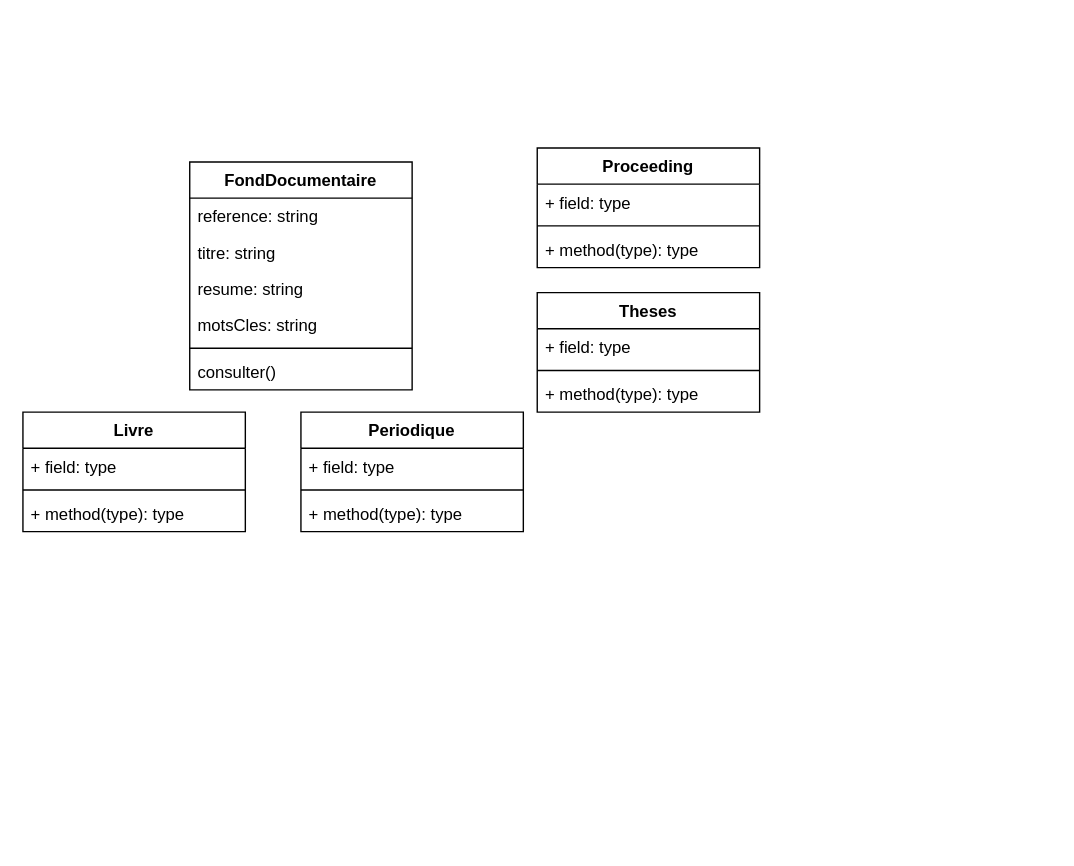
This is class-diagram-2.drawio from clairenollet/uml-and-rup, a draw.io file, before an edit. Source tidied: cells renumbered, new cells numbered last; positions are measured from the earlier drawing's top-left corner, leaving out a move shared by most shapes. Both pictures are drawn from the tidied source at 139%, with x=0, y=0 at pixel (22, 147).
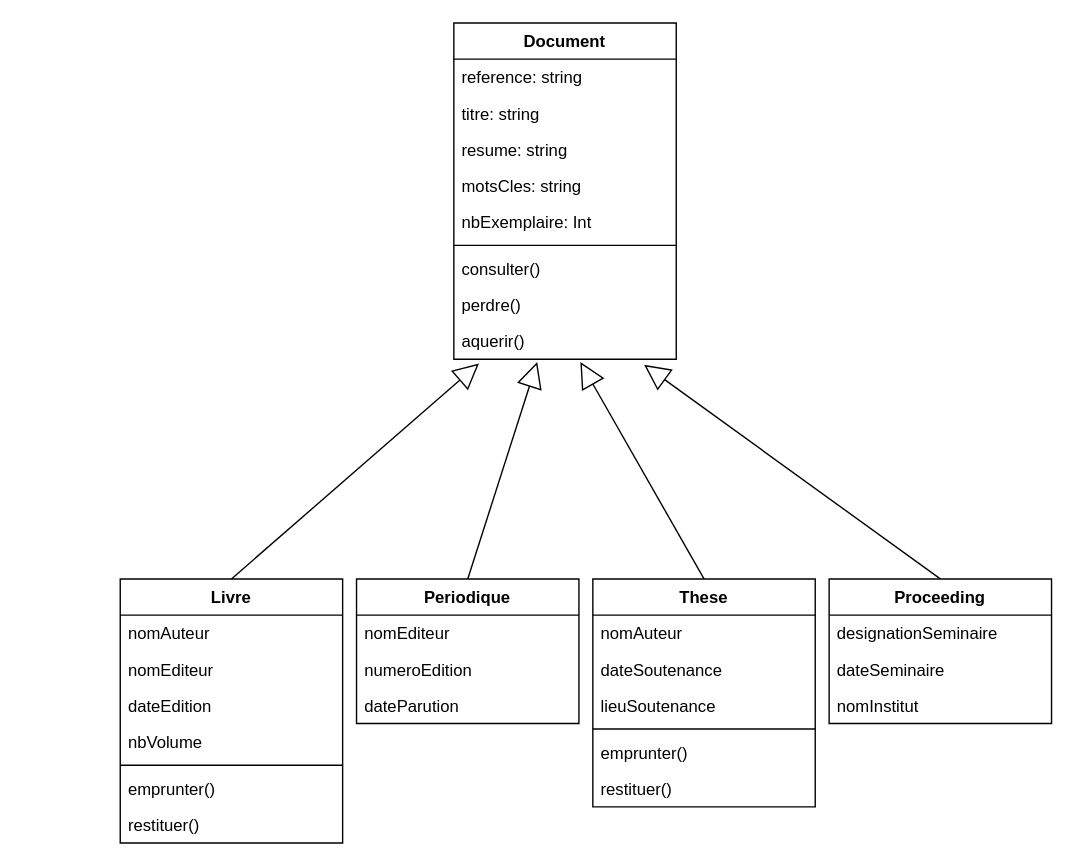
After the change.

What changed in the source:
```diff
@@
-    <mxCell id="2" value="FondDocumentaire" style="swimlane;fontStyle=1;align=center;verticalAlign=top;horizontal=1;startSize=26;" parent="1" vertex="1">
-      <mxGeometry x="120" y="10" width="160" height="164" as="geometry" />
+    <mxCell id="2" value="Document" style="swimlane;fontStyle=1;align=center;verticalAlign=top;horizontal=1;startSize=26;" parent="1" vertex="1">
+      <mxGeometry x="310" y="-90" width="160" height="242" as="geometry" />
     </mxCell>
@@
+    <mxCell id="25" value="nbExemplaire: Int" style="text;strokeColor=none;fillColor=none;align=left;verticalAlign=top;spacingLeft=4;spacingRight=4;overflow=hidden;" parent="2" vertex="1">
+      <mxGeometry y="130" width="160" height="26" as="geometry" />
+    </mxCell>
     <mxCell id="7" style="line;strokeWidth=1;fillColor=none;align=left;verticalAlign=middle;spacingTop=-1;spacingLeft=3;spacingRight=3;labelPosition=right;" parent="2" vertex="1">
-      <mxGeometry y="130" width="160" height="8" as="geometry" />
+      <mxGeometry y="156" width="160" height="8" as="geometry" />
     </mxCell>
+    <mxCell id="26" value="consulter()" style="text;strokeColor=none;fillColor=none;align=left;verticalAlign=top;spacingLeft=4;spacingRight=4;overflow=hidden;" parent="2" vertex="1">
+      <mxGeometry y="164" width="160" height="26" as="geometry" />
+    </mxCell>
+    <mxCell id="27" value="perdre()" style="text;strokeColor=none;fillColor=none;align=left;verticalAlign=top;spacingLeft=4;spacingRight=4;overflow=hidden;" parent="2" vertex="1">
+      <mxGeometry y="190" width="160" height="26" as="geometry" />
+    </mxCell>
-    <mxCell id="8" value="consulter()" style="text;strokeColor=none;fillColor=none;align=left;verticalAlign=top;spacingLeft=4;spacingRight=4;overflow=hidden;points=[[0,0.5],[1,0.5]];portConstraint=eastwest;" parent="2" vertex="1">
-      <mxGeometry y="138" width="160" height="26" as="geometry" />
+    <mxCell id="8" value="aquerir()" style="text;strokeColor=none;fillColor=none;align=left;verticalAlign=top;spacingLeft=4;spacingRight=4;overflow=hidden;points=[[0,0.5],[1,0.5]];portConstraint=eastwest;" parent="2" vertex="1">
+      <mxGeometry y="216" width="160" height="26" as="geometry" />
     </mxCell>
     <mxCell id="9" value="Livre" style="swimlane;fontStyle=1;align=center;verticalAlign=top;horizontal=1;startSize=26;" parent="1" vertex="1">
-      <mxGeometry y="190" width="160" height="86" as="geometry" />
+      <mxGeometry x="70" y="310" width="160" height="190" as="geometry" />
     </mxCell>
-    <mxCell id="10" value="+ field: type" style="text;strokeColor=none;fillColor=none;align=left;verticalAlign=top;spacingLeft=4;spacingRight=4;overflow=hidden;" parent="9" vertex="1">
+    <mxCell id="10" value="nomAuteur" style="text;strokeColor=none;fillColor=none;align=left;verticalAlign=top;spacingLeft=4;spacingRight=4;overflow=hidden;" parent="9" vertex="1">
       <mxGeometry y="26" width="160" height="26" as="geometry" />
     </mxCell>
+    <mxCell id="28" value="nomEditeur" style="text;strokeColor=none;fillColor=none;align=left;verticalAlign=top;spacingLeft=4;spacingRight=4;overflow=hidden;" parent="9" vertex="1">
+      <mxGeometry y="52" width="160" height="26" as="geometry" />
+    </mxCell>
+    <mxCell id="29" value="dateEdition" style="text;strokeColor=none;fillColor=none;align=left;verticalAlign=top;spacingLeft=4;spacingRight=4;overflow=hidden;" parent="9" vertex="1">
+      <mxGeometry y="78" width="160" height="26" as="geometry" />
+    </mxCell>
+    <mxCell id="30" value="nbVolume" style="text;strokeColor=none;fillColor=none;align=left;verticalAlign=top;spacingLeft=4;spacingRight=4;overflow=hidden;" parent="9" vertex="1">
+      <mxGeometry y="104" width="160" height="26" as="geometry" />
+    </mxCell>
     <mxCell id="11" style="line;strokeWidth=1;fillColor=none;align=left;verticalAlign=middle;spacingTop=-1;spacingLeft=3;spacingRight=3;labelPosition=right;" parent="9" vertex="1">
-      <mxGeometry y="52" width="160" height="8" as="geometry" />
+      <mxGeometry y="130" width="160" height="8" as="geometry" />
     </mxCell>
-    <mxCell id="12" value="+ method(type): type" style="text;strokeColor=none;fillColor=none;align=left;verticalAlign=top;spacingLeft=4;spacingRight=4;overflow=hidden;" parent="9" vertex="1">
-      <mxGeometry y="60" width="160" height="26" as="geometry" />
-    </mxCell>
+    <mxCell id="31" value="emprunter()" style="text;strokeColor=none;fillColor=none;align=left;verticalAlign=top;spacingLeft=4;spacingRight=4;overflow=hidden;" parent="9" vertex="1">
+      <mxGeometry y="138" width="160" height="26" as="geometry" />
+    </mxCell>
+    <mxCell id="32" value="restituer()" style="text;strokeColor=none;fillColor=none;align=left;verticalAlign=top;spacingLeft=4;spacingRight=4;overflow=hidden;" parent="9" vertex="1">
+      <mxGeometry y="164" width="160" height="26" as="geometry" />
+    </mxCell>
     <mxCell id="13" value="Periodique" style="swimlane;fontStyle=1;align=center;verticalAlign=top;horizontal=1;startSize=26;" parent="1" vertex="1">
-      <mxGeometry x="200" y="190" width="160" height="86" as="geometry" />
+      <mxGeometry x="240" y="310" width="160" height="104" as="geometry" />
     </mxCell>
-    <mxCell id="14" value="+ field: type" style="text;strokeColor=none;fillColor=none;align=left;verticalAlign=top;spacingLeft=4;spacingRight=4;overflow=hidden;" parent="13" vertex="1">
+    <mxCell id="14" value="nomEditeur" style="text;strokeColor=none;fillColor=none;align=left;verticalAlign=top;spacingLeft=4;spacingRight=4;overflow=hidden;" parent="13" vertex="1">
       <mxGeometry y="26" width="160" height="26" as="geometry" />
     </mxCell>
-    <mxCell id="15" style="line;strokeWidth=1;fillColor=none;align=left;verticalAlign=middle;spacingTop=-1;spacingLeft=3;spacingRight=3;labelPosition=right;" parent="13" vertex="1">
-      <mxGeometry y="52" width="160" height="8" as="geometry" />
-    </mxCell>
-    <mxCell id="16" value="+ method(type): type" style="text;strokeColor=none;fillColor=none;align=left;verticalAlign=top;spacingLeft=4;spacingRight=4;overflow=hidden;" parent="13" vertex="1">
-      <mxGeometry y="60" width="160" height="26" as="geometry" />
-    </mxCell>
+    <mxCell id="33" value="numeroEdition" style="text;strokeColor=none;fillColor=none;align=left;verticalAlign=top;spacingLeft=4;spacingRight=4;overflow=hidden;" parent="13" vertex="1">
+      <mxGeometry y="52" width="160" height="26" as="geometry" />
+    </mxCell>
+    <mxCell id="34" value="dateParution" style="text;strokeColor=none;fillColor=none;align=left;verticalAlign=top;spacingLeft=4;spacingRight=4;overflow=hidden;" parent="13" vertex="1">
+      <mxGeometry y="78" width="160" height="26" as="geometry" />
+    </mxCell>
     <mxCell id="17" value="Proceeding" style="swimlane;fontStyle=1;align=center;verticalAlign=top;horizontal=1;startSize=26;" parent="1" vertex="1">
-      <mxGeometry x="370" width="160" height="86" as="geometry" />
+      <mxGeometry x="580" y="310" width="160" height="104" as="geometry" />
     </mxCell>
+    <mxCell id="35" value="designationSeminaire" style="text;strokeColor=none;fillColor=none;align=left;verticalAlign=top;spacingLeft=4;spacingRight=4;overflow=hidden;" parent="17" vertex="1">
+      <mxGeometry y="26" width="160" height="26" as="geometry" />
+    </mxCell>
+    <mxCell id="36" value="dateSeminaire" style="text;strokeColor=none;fillColor=none;align=left;verticalAlign=top;spacingLeft=4;spacingRight=4;overflow=hidden;" parent="17" vertex="1">
+      <mxGeometry y="52" width="160" height="26" as="geometry" />
+    </mxCell>
-    <mxCell id="18" value="+ field: type" style="text;strokeColor=none;fillColor=none;align=left;verticalAlign=top;spacingLeft=4;spacingRight=4;overflow=hidden;" parent="17" vertex="1">
-      <mxGeometry y="26" width="160" height="26" as="geometry" />
+    <mxCell id="18" value="nomInstitut" style="text;strokeColor=none;fillColor=none;align=left;verticalAlign=top;spacingLeft=4;spacingRight=4;overflow=hidden;" parent="17" vertex="1">
+      <mxGeometry y="78" width="160" height="26" as="geometry" />
     </mxCell>
-    <mxCell id="19" style="line;strokeWidth=1;fillColor=none;align=left;verticalAlign=middle;spacingTop=-1;spacingLeft=3;spacingRight=3;labelPosition=right;" parent="17" vertex="1">
-      <mxGeometry y="52" width="160" height="8" as="geometry" />
-    </mxCell>
-    <mxCell id="20" value="+ method(type): type" style="text;strokeColor=none;fillColor=none;align=left;verticalAlign=top;spacingLeft=4;spacingRight=4;overflow=hidden;" parent="17" vertex="1">
-      <mxGeometry y="60" width="160" height="26" as="geometry" />
-    </mxCell>
-    <mxCell id="21" value="Theses" style="swimlane;fontStyle=1;align=center;verticalAlign=top;horizontal=1;startSize=26;" parent="1" vertex="1">
-      <mxGeometry x="370" y="104" width="160" height="86" as="geometry" />
+    <mxCell id="21" value="These" style="swimlane;fontStyle=1;align=center;verticalAlign=top;horizontal=1;startSize=26;" parent="1" vertex="1">
+      <mxGeometry x="410" y="310" width="160" height="164" as="geometry" />
     </mxCell>
-    <mxCell id="22" value="+ field: type" style="text;strokeColor=none;fillColor=none;align=left;verticalAlign=top;spacingLeft=4;spacingRight=4;overflow=hidden;" parent="21" vertex="1">
-      <mxGeometry y="26" width="160" height="26" as="geometry" />
-    </mxCell>
+    <mxCell id="37" value="nomAuteur" style="text;strokeColor=none;fillColor=none;align=left;verticalAlign=top;spacingLeft=4;spacingRight=4;overflow=hidden;" parent="21" vertex="1">
+      <mxGeometry y="26" width="160" height="26" as="geometry" />
+    </mxCell>
+    <mxCell id="38" value="dateSoutenance" style="text;strokeColor=none;fillColor=none;align=left;verticalAlign=top;spacingLeft=4;spacingRight=4;overflow=hidden;" parent="21" vertex="1">
+      <mxGeometry y="52" width="160" height="26" as="geometry" />
+    </mxCell>
+    <mxCell id="39" value="lieuSoutenance" style="text;strokeColor=none;fillColor=none;align=left;verticalAlign=top;spacingLeft=4;spacingRight=4;overflow=hidden;" parent="21" vertex="1">
+      <mxGeometry y="78" width="160" height="26" as="geometry" />
+    </mxCell>
     <mxCell id="23" style="line;strokeWidth=1;fillColor=none;align=left;verticalAlign=middle;spacingTop=-1;spacingLeft=3;spacingRight=3;labelPosition=right;" parent="21" vertex="1">
-      <mxGeometry y="52" width="160" height="8" as="geometry" />
+      <mxGeometry y="104" width="160" height="8" as="geometry" />
     </mxCell>
-    <mxCell id="24" value="+ method(type): type" style="text;strokeColor=none;fillColor=none;align=left;verticalAlign=top;spacingLeft=4;spacingRight=4;overflow=hidden;" parent="21" vertex="1">
-      <mxGeometry y="60" width="160" height="26" as="geometry" />
-    </mxCell>
+    <mxCell id="40" value="emprunter()" style="text;strokeColor=none;fillColor=none;align=left;verticalAlign=top;spacingLeft=4;spacingRight=4;overflow=hidden;" parent="21" vertex="1">
+      <mxGeometry y="112" width="160" height="26" as="geometry" />
+    </mxCell>
+    <mxCell id="41" value="restituer()" style="text;strokeColor=none;fillColor=none;align=left;verticalAlign=top;spacingLeft=4;spacingRight=4;overflow=hidden;" parent="21" vertex="1">
+      <mxGeometry y="138" width="160" height="26" as="geometry" />
+    </mxCell>
+    <mxCell id="42" style="endArrow=block;endSize=16;endFill=0;html=1;rounded=0;exitX=0.5;exitY=0;exitDx=0;exitDy=0;entryX=0.113;entryY=1.115;entryDx=0;entryDy=0;entryPerimeter=0;" parent="1" edge="1" source="9" target="8">
+      <mxGeometry relative="1" as="geometry" />
+    </mxCell>
+    <mxCell id="43" style="endArrow=block;endSize=16;endFill=0;html=1;rounded=0;exitX=0.5;exitY=0;exitDx=0;exitDy=0;entryX=0.375;entryY=1.077;entryDx=0;entryDy=0;entryPerimeter=0;" parent="1" edge="1" source="13" target="8">
+      <mxGeometry relative="1" as="geometry" />
+    </mxCell>
+    <mxCell id="44" style="endArrow=block;endSize=16;endFill=0;html=1;rounded=0;exitX=0.5;exitY=0;exitDx=0;exitDy=0;entryX=0.569;entryY=1.077;entryDx=0;entryDy=0;entryPerimeter=0;" parent="1" edge="1" source="21" target="8">
+      <mxGeometry relative="1" as="geometry" />
+    </mxCell>
+    <mxCell id="45" style="endArrow=block;endSize=16;endFill=0;html=1;rounded=0;exitX=0.5;exitY=0;exitDx=0;exitDy=0;entryX=0.856;entryY=1.154;entryDx=0;entryDy=0;entryPerimeter=0;" parent="1" edge="1" source="17" target="8">
+      <mxGeometry relative="1" as="geometry" />
+    </mxCell>
```
